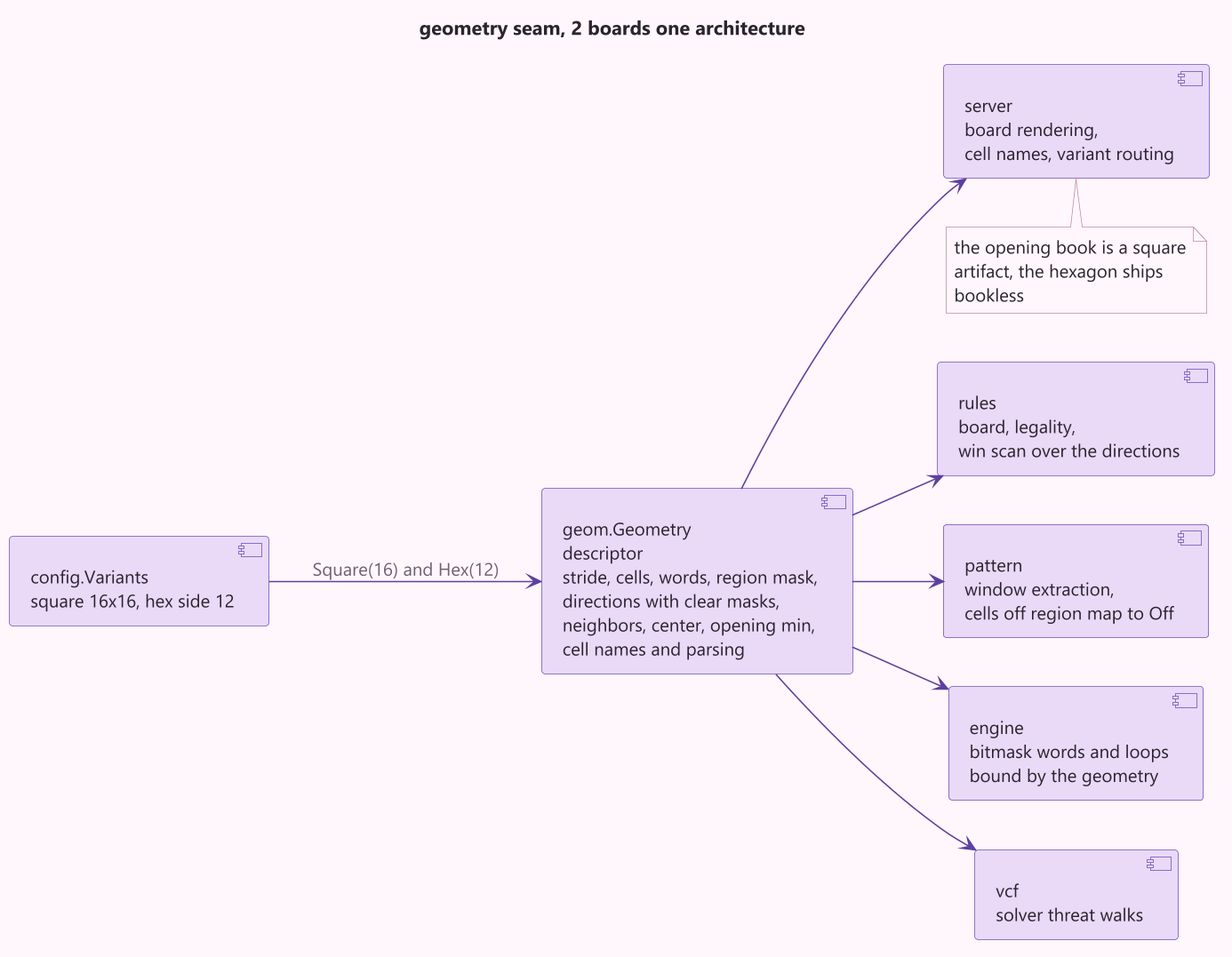
This is docs/diagrams/geometry-seam.png from lavantien/caro-ai-pvp, a PlantUML export, as it was before one commit. The source it was exported from:
```plantuml
@startuml geometry-seam
!include common.iuml
left to right direction
title geometry seam, 2 boards one architecture

component "config.Variants\nsquare 16x16, hex side 12" as variants
component "geom.Geometry\ndescriptor\nstride, cells, words, region mask,\ndirections with clear masks,\nneighbors, center, opening min,\ncell names and parsing" as geom
component "rules\nboard, legality,\nwin scan over the directions" as rules
component "pattern\nwindow extraction,\ncells off region map to Off" as pattern
component "engine\nbitmask words and loops\nbound by the geometry" as engine
component "vcf\nsolver threat walks" as vcf
component "server\nboard rendering,\ncell names, variant routing" as server

variants --> geom : Square(16) and Hex(12)
geom --> rules
geom --> pattern
geom --> engine
geom --> vcf
geom --> server
note bottom of server
  the opening book is a square
  artifact, the hexagon ships
  bookless
end note
@enduml
```
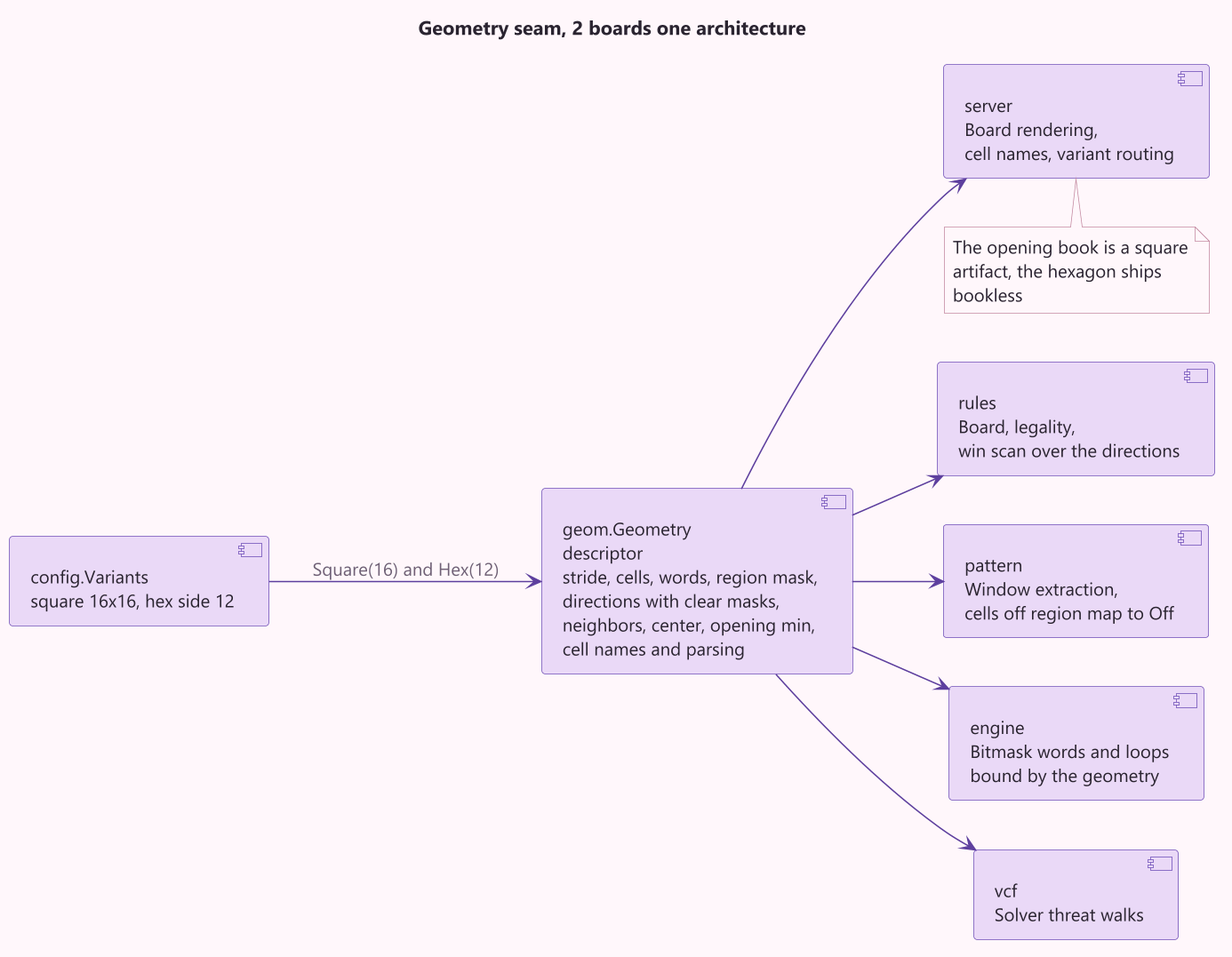
The same file after the commit.

What changed in the source:
```diff
@@ -1,15 +1,15 @@
 @startuml geometry-seam
 !include common.iuml
 left to right direction
-title geometry seam, 2 boards one architecture
+title Geometry seam, 2 boards one architecture
 
 component "config.Variants\nsquare 16x16, hex side 12" as variants
 component "geom.Geometry\ndescriptor\nstride, cells, words, region mask,\ndirections with clear masks,\nneighbors, center, opening min,\ncell names and parsing" as geom
-component "rules\nboard, legality,\nwin scan over the directions" as rules
-component "pattern\nwindow extraction,\ncells off region map to Off" as pattern
-component "engine\nbitmask words and loops\nbound by the geometry" as engine
-component "vcf\nsolver threat walks" as vcf
-component "server\nboard rendering,\ncell names, variant routing" as server
+component "rules\nBoard, legality,\nwin scan over the directions" as rules
+component "pattern\nWindow extraction,\ncells off region map to Off" as pattern
+component "engine\nBitmask words and loops\nbound by the geometry" as engine
+component "vcf\nSolver threat walks" as vcf
+component "server\nBoard rendering,\ncell names, variant routing" as server
 
 variants --> geom : Square(16) and Hex(12)
 geom --> rules
@@ -18,7 +18,7 @@
 geom --> vcf
 geom --> server
 note bottom of server
-  the opening book is a square
+  The opening book is a square
   artifact, the hexagon ships
   bookless
 end note
```
